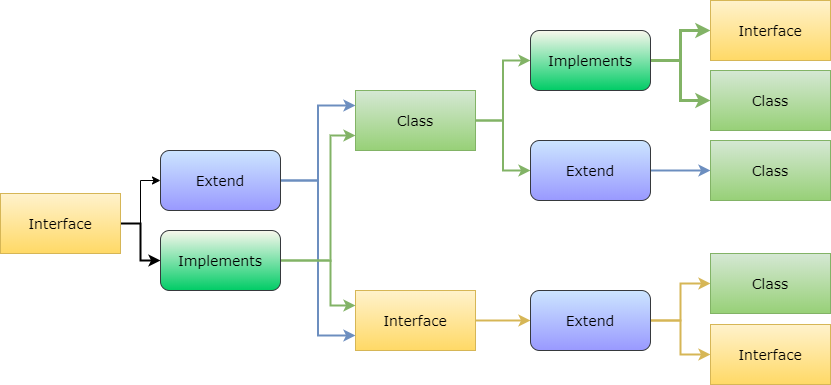
gungunfebrianza/Belajar-Dengan-Jenius-DenoTheWKWKLand keeps this draw.io diagram as Assets/Interface-InterfaceCharacteristic.png. Above is the earlier version. Source tidied: cells renumbered, new cells last; positions are measured from the earlier drawing's top-left corner, leaving out a move shared by most shapes.
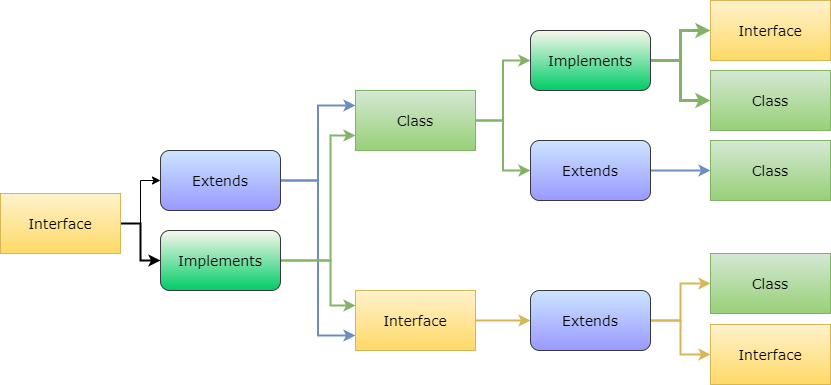
Later version of the same file.

Commit message:
Fix Asset Interface

The edit, as a diff of the source:
```diff
@@ -26,7 +26,7 @@
     <mxCell id="9" style="edgeStyle=orthogonalEdgeStyle;rounded=0;jettySize=auto;html=1;exitX=1;exitY=0.5;exitDx=0;exitDy=0;entryX=0;entryY=0.75;entryDx=0;entryDy=0;strokeWidth=2;fontFamily=Verdana;fontSize=14;gradientColor=#7ea6e0;fillColor=#dae8fc;strokeColor=#6c8ebf;" parent="1" edge="1" source="10" target="18">
       <mxGeometry relative="1" as="geometry" />
     </mxCell>
-    <mxCell id="10" value="Extend" style="rounded=1;whiteSpace=wrap;html=1;fontFamily=Verdana;fontSize=14;fillColor=#cce5ff;strokeColor=#36393d;gradientColor=#9999FF;" parent="1" vertex="1">
+    <mxCell id="10" value="Extends" style="rounded=1;whiteSpace=wrap;html=1;fontFamily=Verdana;fontSize=14;fillColor=#cce5ff;strokeColor=#36393d;gradientColor=#9999FF;" parent="1" vertex="1">
       <mxGeometry x="160" y="150" width="120" height="60" as="geometry" />
     </mxCell>
     <mxCell id="11" style="edgeStyle=orthogonalEdgeStyle;rounded=0;jettySize=auto;html=1;exitX=1;exitY=0.5;exitDx=0;exitDy=0;strokeWidth=3;fontFamily=Verdana;fontSize=14;gradientColor=#97d077;fillColor=#d5e8d4;strokeColor=#82b366;" parent="1" edge="1" source="13" target="23">
@@ -44,7 +44,7 @@
     <mxCell id="15" style="edgeStyle=orthogonalEdgeStyle;rounded=0;jettySize=auto;html=1;exitX=1;exitY=0.5;exitDx=0;exitDy=0;entryX=0;entryY=0.5;entryDx=0;entryDy=0;strokeWidth=2;fontFamily=Verdana;fontSize=14;gradientColor=#7ea6e0;fillColor=#dae8fc;strokeColor=#6c8ebf;" parent="1" edge="1" source="16" target="14">
       <mxGeometry relative="1" as="geometry" />
     </mxCell>
-    <mxCell id="16" value="Extend" style="rounded=1;whiteSpace=wrap;html=1;fontFamily=Verdana;fontSize=14;fillColor=#cce5ff;strokeColor=#36393d;gradientColor=#9999FF;" parent="1" vertex="1">
+    <mxCell id="16" value="Extends" style="rounded=1;whiteSpace=wrap;html=1;fontFamily=Verdana;fontSize=14;fillColor=#cce5ff;strokeColor=#36393d;gradientColor=#9999FF;" parent="1" vertex="1">
       <mxGeometry x="530" y="140" width="120" height="60" as="geometry" />
     </mxCell>
     <mxCell id="17" style="edgeStyle=orthogonalEdgeStyle;rounded=0;jettySize=auto;html=1;exitX=1;exitY=0.5;exitDx=0;exitDy=0;strokeWidth=2;fontFamily=Verdana;fontSize=14;gradientColor=#ffd966;fillColor=#fff2cc;strokeColor=#d6b656;" parent="1" edge="1" source="18" target="21">
@@ -59,7 +59,7 @@
     <mxCell id="20" style="edgeStyle=orthogonalEdgeStyle;rounded=0;jettySize=auto;html=1;exitX=1;exitY=0.5;exitDx=0;exitDy=0;strokeWidth=2;fontFamily=Verdana;fontSize=14;gradientColor=#ffd966;fillColor=#fff2cc;strokeColor=#d6b656;" parent="1" edge="1" source="21" target="25">
       <mxGeometry relative="1" as="geometry" />
     </mxCell>
-    <mxCell id="21" value="Extend" style="rounded=1;whiteSpace=wrap;html=1;fontFamily=Verdana;fontSize=14;fillColor=#cce5ff;strokeColor=#36393d;gradientColor=#9999FF;" parent="1" vertex="1">
+    <mxCell id="21" value="Extends" style="rounded=1;whiteSpace=wrap;html=1;fontFamily=Verdana;fontSize=14;fillColor=#cce5ff;strokeColor=#36393d;gradientColor=#9999FF;" parent="1" vertex="1">
       <mxGeometry x="530" y="290" width="120" height="60" as="geometry" />
     </mxCell>
     <mxCell id="22" value="Class" style="rounded=0;whiteSpace=wrap;html=1;fontFamily=Verdana;fontSize=14;fillColor=#d5e8d4;strokeColor=#82b366;gradientColor=#97d077;" parent="1" vertex="1">
```
